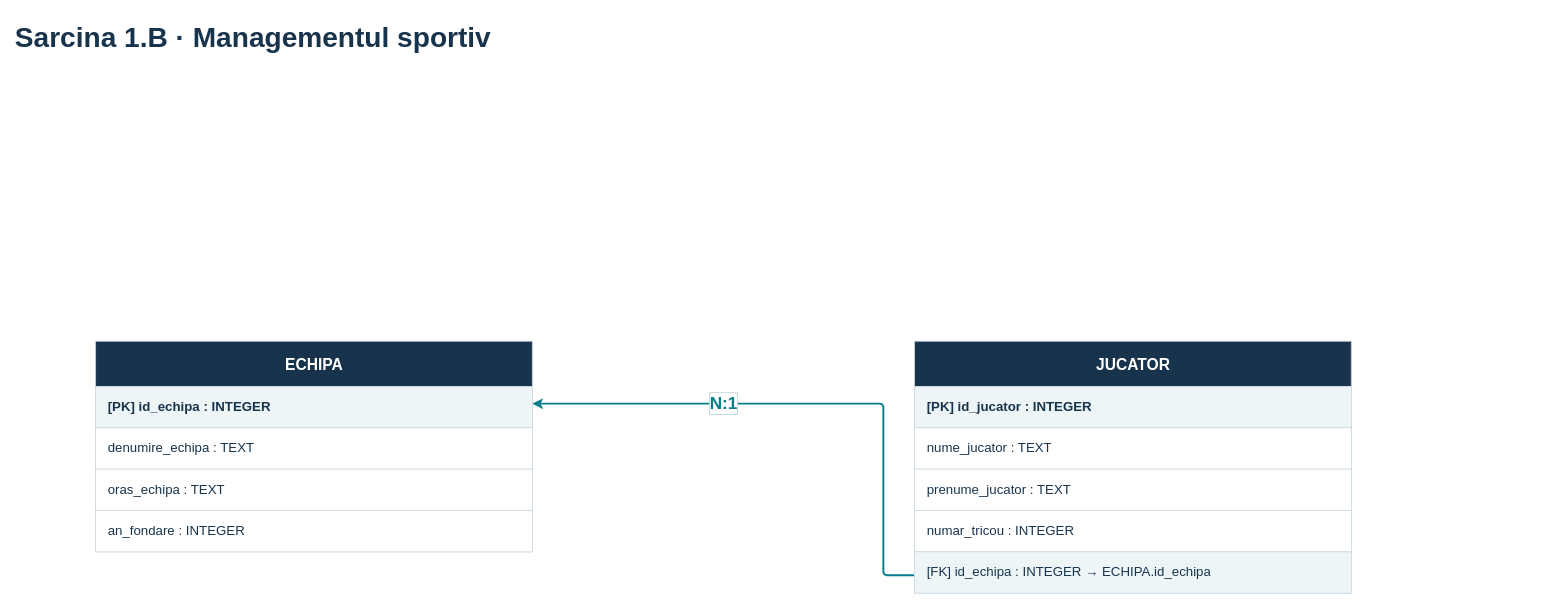
yuliitezarygml/bazele-de-date keeps this draw.io diagram as page "1.B · Tabele" (4 of 18) of lab 1/FINAL - Sarcinile 1-5/Laborator_1_Sarcinile_1-5_Simplificat.drawio. Above is the earlier version. Source tidied: cells renumbered, new cells numbered last; positions are measured from the earlier drawing's top-left corner, leaving out a move shared by most shapes. Both pictures are drawn from the tidied source at 78%, with x=0, y=0 at pixel (13, 13).
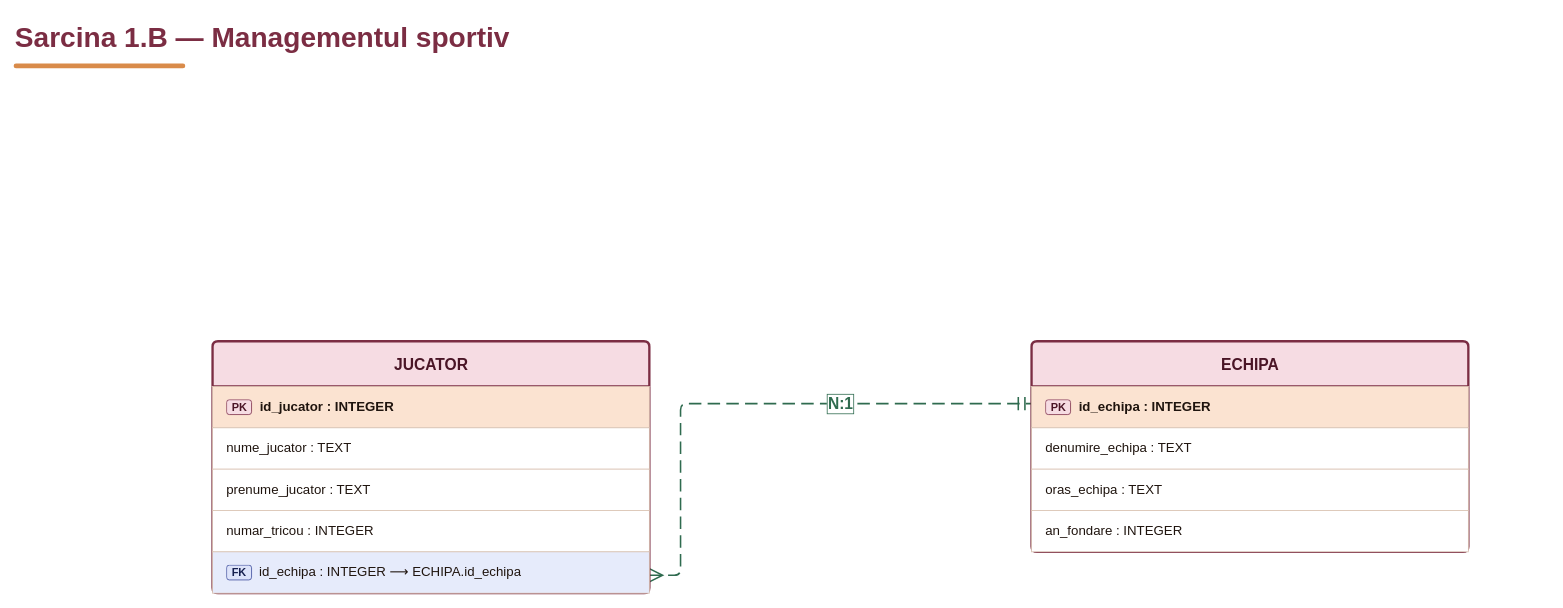
The same page after the edit.

Change to the diagram source:
```diff
@@
 <mxGraphModel background="#FFFFFF">
   <root>
     <mxCell id="0" />
     <mxCell id="1" parent="0" />
-    <mxCell id="2" value="N:1" style="edgeStyle=none;html=1;rounded=1;endArrow=classic;strokeColor=#087E8B;strokeWidth=2.5;fontFamily=Arial;fontSize=22;fontColor=#077E87;labelBackgroundColor=#FFFFFF;exitX=0;exitY=0.5660377358490566;entryX=1;entryY=0.41509433962264153;endFill=1;arcSize=10;jumpStyle=arc;jumpSize=8;fontStyle=1;labelBorderColor=#B9CDD5;spacing=5;" parent="1" edge="1" source="14" target="5">
+    <mxCell id="2" value="N:1" style="edgeStyle=none;html=1;rounded=1;arcSize=16;exitX=1;exitY=0.5660377358490566;entryX=0;entryY=0.41509433962264153;strokeColor=#2F6B4F;strokeWidth=2;dashed=1;dashPattern=8 4;startArrow=ERmany;startFill=0;endArrow=ERmandOne;endFill=0;startSize=14;endSize=14;fontFamily=Trebuchet MS;fontSize=20;fontStyle=1;fontColor=#2F6B4F;labelBackgroundColor=#FFFFFF;labelBorderColor=#2F6B4F;spacing=6;jumpStyle=gap;jumpSize=10;" parent="1" edge="1" source="14" target="5">
       <mxGeometry x="0.31" relative="1" as="geometry">
         <Array as="points">
-          <mxPoint x="1115" y="720" />
-          <mxPoint x="1115" y="500" />
-          <mxPoint x="705" y="500" />
+          <mxPoint x="855" y="720" />
+          <mxPoint x="855" y="500" />
+          <mxPoint x="1265" y="500" />
         </Array>
       </mxGeometry>
     </mxCell>
-    <mxCell id="3" value="Sarcina 1.B · Managementul sportiv&amp;nbsp;" style="text;html=1;whiteSpace=wrap;overflow=hidden;align=left;verticalAlign=middle;fontFamily=Arial;fontSize=36;fontColor=#18344D;fontStyle=1;" parent="1" vertex="1">
+    <mxCell id="3" value="Sarcina 1.B — Managementul sportiv " style="text;html=1;whiteSpace=wrap;fontFamily=Trebuchet MS;fontSize=36;overflow=hidden;align=left;verticalAlign=middle;fontStyle=1;fontColor=#7B2D43;" parent="1" vertex="1">
       <mxGeometry width="1970" height="60" as="geometry" />
     </mxCell>
-    <mxCell id="4" value="&lt;b&gt;ECHIPA&lt;/b&gt;" style="swimlane;html=1;startSize=58;horizontal=1;rounded=0;fillColor=#18344D;swimlaneFillColor=#FFFFFF;strokeColor=#CBD6E0;fontColor=#FFFFFF;fontFamily=Arial;fontSize=20;fontStyle=1;align=center;" parent="1" vertex="1">
-      <mxGeometry x="105" y="420" width="560" height="270" as="geometry" />
+    <mxCell id="4" value="&lt;b&gt;ECHIPA&lt;/b&gt;" style="swimlane;html=1;startSize=58;horizontal=1;rounded=1;arcSize=4;fillColor=#F6DCE3;swimlaneFillColor=#FFFFFF;strokeColor=#7B2D43;strokeWidth=3;fontColor=#4A1526;fontFamily=Trebuchet MS;fontSize=20;fontStyle=1;align=center;" parent="1" vertex="1">
+      <mxGeometry x="1305" y="420" width="560" height="270" as="geometry" />
     </mxCell>
-    <mxCell id="5" value="&lt;b&gt;[PK] id_echipa : INTEGER&lt;/b&gt;" style="html=1;whiteSpace=wrap;overflow=hidden;align=left;verticalAlign=middle;spacingLeft=14;fontFamily=Arial;fontSize=17;fontColor=#18344D;strokeColor=#CBD6E0;fillColor=#EDF5F7;" parent="4" vertex="1">
+    <mxCell id="5" value="&lt;b&gt;&lt;span style=&quot;background-color:#F6DCE3;color:#4A1526;border:1px solid #7B2D43;border-radius:4px;padding:1px 6px;font-size:14px;font-weight:bold;&quot;&gt;PK&lt;/span&gt;&amp;nbsp;&amp;nbsp;id_echipa : INTEGER&lt;/b&gt;" style="html=1;whiteSpace=wrap;fontFamily=Trebuchet MS;fontSize=17;overflow=hidden;align=left;verticalAlign=middle;spacingLeft=16;fontColor=#1F140E;strokeColor=#D9C2B2;fillColor=#FBE3D1;" parent="4" vertex="1">
       <mxGeometry y="58" width="560" height="53" as="geometry" />
     </mxCell>
-    <mxCell id="6" value="denumire_echipa : TEXT" style="html=1;whiteSpace=wrap;overflow=hidden;align=left;verticalAlign=middle;spacingLeft=14;fontFamily=Arial;fontSize=17;fontColor=#18344D;strokeColor=#CBD6E0;fillColor=#FFFFFF;" parent="4" vertex="1">
+    <mxCell id="6" value="denumire_echipa : TEXT" style="html=1;whiteSpace=wrap;fontFamily=Trebuchet MS;fontSize=17;overflow=hidden;align=left;verticalAlign=middle;spacingLeft=16;fontColor=#1F140E;strokeColor=#D9C2B2;fillColor=#FFFFFF;" parent="4" vertex="1">
       <mxGeometry y="111" width="560" height="53" as="geometry" />
     </mxCell>
-    <mxCell id="7" value="oras_echipa : TEXT" style="html=1;whiteSpace=wrap;overflow=hidden;align=left;verticalAlign=middle;spacingLeft=14;fontFamily=Arial;fontSize=17;fontColor=#18344D;strokeColor=#CBD6E0;fillColor=#FFFFFF;" parent="4" vertex="1">
+    <mxCell id="7" value="oras_echipa : TEXT" style="html=1;whiteSpace=wrap;fontFamily=Trebuchet MS;fontSize=17;overflow=hidden;align=left;verticalAlign=middle;spacingLeft=16;fontColor=#1F140E;strokeColor=#D9C2B2;fillColor=#FFFFFF;" parent="4" vertex="1">
       <mxGeometry y="164" width="560" height="53" as="geometry" />
     </mxCell>
-    <mxCell id="8" value="an_fondare : INTEGER" style="html=1;whiteSpace=wrap;overflow=hidden;align=left;verticalAlign=middle;spacingLeft=14;fontFamily=Arial;fontSize=17;fontColor=#18344D;strokeColor=#CBD6E0;fillColor=#FFFFFF;" parent="4" vertex="1">
+    <mxCell id="8" value="an_fondare : INTEGER" style="html=1;whiteSpace=wrap;fontFamily=Trebuchet MS;fontSize=17;overflow=hidden;align=left;verticalAlign=middle;spacingLeft=16;fontColor=#1F140E;strokeColor=#D9C2B2;fillColor=#FFFFFF;" parent="4" vertex="1">
       <mxGeometry y="217" width="560" height="53" as="geometry" />
     </mxCell>
-    <mxCell id="9" value="&lt;b&gt;JUCATOR&lt;/b&gt;" style="swimlane;html=1;startSize=58;horizontal=1;rounded=0;fillColor=#18344D;swimlaneFillColor=#FFFFFF;strokeColor=#CBD6E0;fontColor=#FFFFFF;fontFamily=Arial;fontSize=20;fontStyle=1;align=center;" parent="1" vertex="1">
-      <mxGeometry x="1155" y="420" width="560" height="323" as="geometry" />
+    <mxCell id="9" value="&lt;b&gt;JUCATOR&lt;/b&gt;" style="swimlane;html=1;startSize=58;horizontal=1;rounded=1;arcSize=4;fillColor=#F6DCE3;swimlaneFillColor=#FFFFFF;strokeColor=#7B2D43;strokeWidth=3;fontColor=#4A1526;fontFamily=Trebuchet MS;fontSize=20;fontStyle=1;align=center;" parent="1" vertex="1">
+      <mxGeometry x="255" y="420" width="560" height="323" as="geometry" />
     </mxCell>
-    <mxCell id="10" value="&lt;b&gt;[PK] id_jucator : INTEGER&lt;/b&gt;" style="html=1;whiteSpace=wrap;overflow=hidden;align=left;verticalAlign=middle;spacingLeft=14;fontFamily=Arial;fontSize=17;fontColor=#18344D;strokeColor=#CBD6E0;fillColor=#EDF5F7;" parent="9" vertex="1">
+    <mxCell id="10" value="&lt;b&gt;&lt;span style=&quot;background-color:#F6DCE3;color:#4A1526;border:1px solid #7B2D43;border-radius:4px;padding:1px 6px;font-size:14px;font-weight:bold;&quot;&gt;PK&lt;/span&gt;&amp;nbsp;&amp;nbsp;id_jucator : INTEGER&lt;/b&gt;" style="html=1;whiteSpace=wrap;fontFamily=Trebuchet MS;fontSize=17;overflow=hidden;align=left;verticalAlign=middle;spacingLeft=16;fontColor=#1F140E;strokeColor=#D9C2B2;fillColor=#FBE3D1;" parent="9" vertex="1">
       <mxGeometry y="58" width="560" height="53" as="geometry" />
     </mxCell>
-    <mxCell id="11" value="nume_jucator : TEXT" style="html=1;whiteSpace=wrap;overflow=hidden;align=left;verticalAlign=middle;spacingLeft=14;fontFamily=Arial;fontSize=17;fontColor=#18344D;strokeColor=#CBD6E0;fillColor=#FFFFFF;" parent="9" vertex="1">
+    <mxCell id="11" value="nume_jucator : TEXT" style="html=1;whiteSpace=wrap;fontFamily=Trebuchet MS;fontSize=17;overflow=hidden;align=left;verticalAlign=middle;spacingLeft=16;fontColor=#1F140E;strokeColor=#D9C2B2;fillColor=#FFFFFF;" parent="9" vertex="1">
       <mxGeometry y="111" width="560" height="53" as="geometry" />
     </mxCell>
-    <mxCell id="12" value="prenume_jucator : TEXT" style="html=1;whiteSpace=wrap;overflow=hidden;align=left;verticalAlign=middle;spacingLeft=14;fontFamily=Arial;fontSize=17;fontColor=#18344D;strokeColor=#CBD6E0;fillColor=#FFFFFF;" parent="9" vertex="1">
+    <mxCell id="12" value="prenume_jucator : TEXT" style="html=1;whiteSpace=wrap;fontFamily=Trebuchet MS;fontSize=17;overflow=hidden;align=left;verticalAlign=middle;spacingLeft=16;fontColor=#1F140E;strokeColor=#D9C2B2;fillColor=#FFFFFF;" parent="9" vertex="1">
       <mxGeometry y="164" width="560" height="53" as="geometry" />
     </mxCell>
-    <mxCell id="13" value="numar_tricou : INTEGER" style="html=1;whiteSpace=wrap;overflow=hidden;align=left;verticalAlign=middle;spacingLeft=14;fontFamily=Arial;fontSize=17;fontColor=#18344D;strokeColor=#CBD6E0;fillColor=#FFFFFF;" parent="9" vertex="1">
+    <mxCell id="13" value="numar_tricou : INTEGER" style="html=1;whiteSpace=wrap;fontFamily=Trebuchet MS;fontSize=17;overflow=hidden;align=left;verticalAlign=middle;spacingLeft=16;fontColor=#1F140E;strokeColor=#D9C2B2;fillColor=#FFFFFF;" parent="9" vertex="1">
       <mxGeometry y="217" width="560" height="53" as="geometry" />
     </mxCell>
-    <mxCell id="14" value="[FK] id_echipa : INTEGER → ECHIPA.id_echipa" style="html=1;whiteSpace=wrap;overflow=hidden;align=left;verticalAlign=middle;spacingLeft=14;fontFamily=Arial;fontSize=17;fontColor=#18344D;strokeColor=#CBD6E0;fillColor=#EDF5F7;" parent="9" vertex="1">
+    <mxCell id="14" value="&lt;span style=&quot;background-color:#DDE3FA;color:#16204F;border:1px solid #3A4A9A;border-radius:4px;padding:1px 6px;font-size:14px;font-weight:bold;&quot;&gt;FK&lt;/span&gt;&amp;nbsp;&amp;nbsp;id_echipa : INTEGER ⟶ ECHIPA.id_echipa" style="html=1;whiteSpace=wrap;fontFamily=Trebuchet MS;fontSize=17;overflow=hidden;align=left;verticalAlign=middle;spacingLeft=16;fontColor=#1F140E;strokeColor=#D9C2B2;fillColor=#E6EBFB;" parent="9" vertex="1">
       <mxGeometry y="270" width="560" height="53" as="geometry" />
     </mxCell>
+    <mxCell id="15" style="rounded=1;arcSize=50;html=1;fillColor=#D98B4A;strokeColor=none;" parent="1" vertex="1">
+      <mxGeometry y="64" width="220" height="6" as="geometry" />
+    </mxCell>
   </root>
 </mxGraphModel>
```
